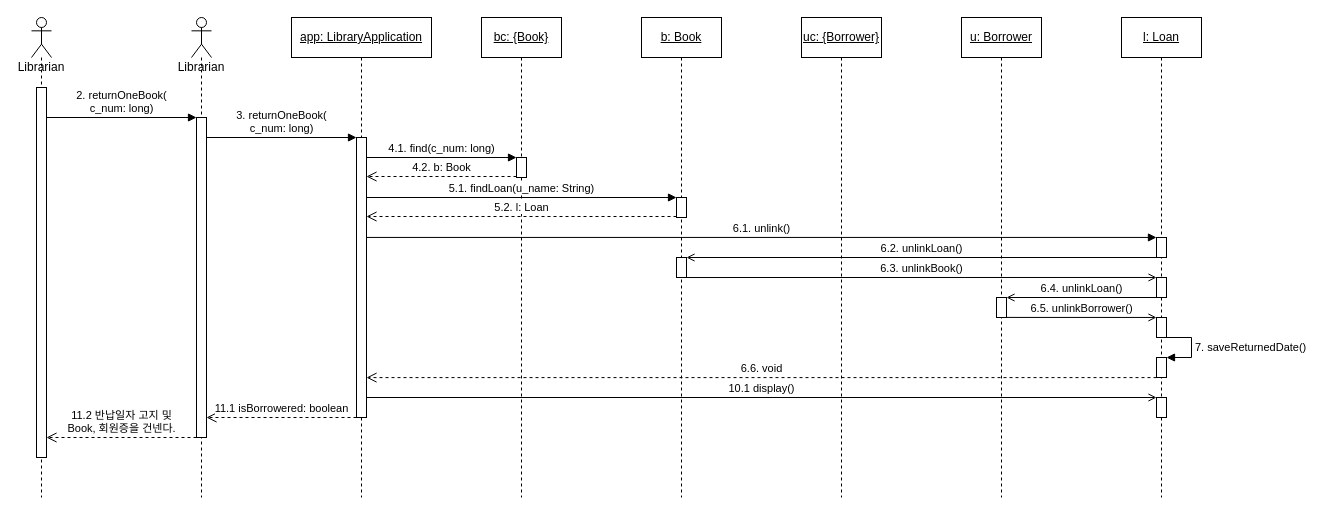
The draw.io diagram UML/SD6 Return one book.drawio in Halozhan/2023-2-LibraryApplication, before the edit. Source tidied: cells renumbered, new cells numbered last; positions are measured from the earlier drawing's top-left corner, leaving out a move shared by most shapes. Both pictures are drawn from the tidied source at 100%, with x=0, y=0 at pixel (31, 17).
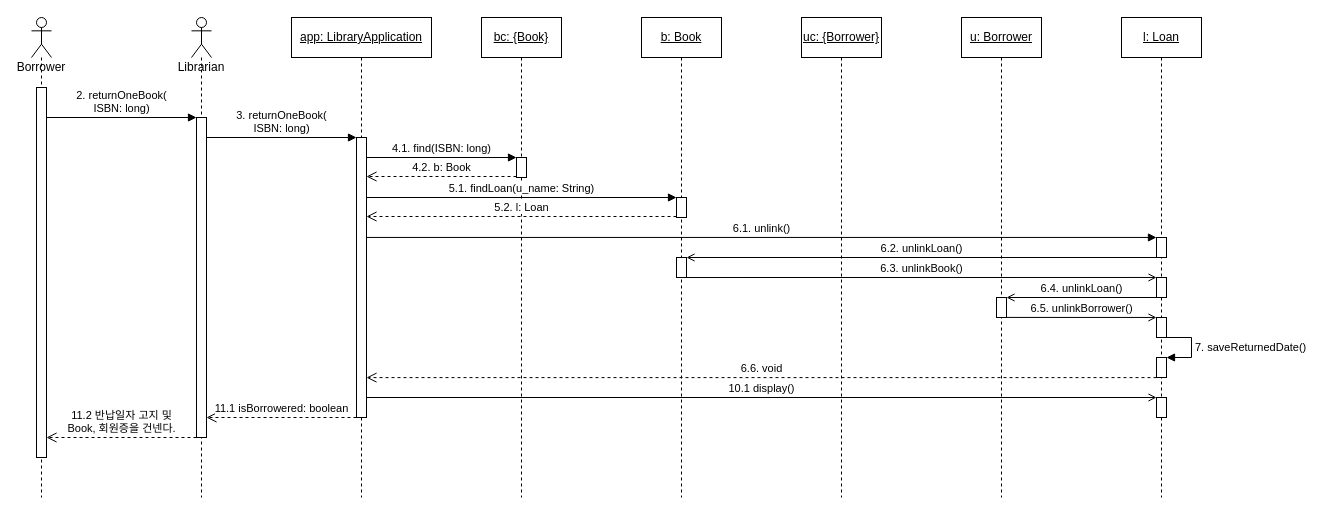
The same diagram, later.

The change refers to these unchanged cells:
```xml
<mxCell id="4" style="html=1;points=[];perimeter=orthogonalPerimeter;" parent="2" vertex="1">
  <mxGeometry x="5" y="100" width="10" height="320" as="geometry" />
</mxCell>
<mxCell id="6" style="html=1;points=[];perimeter=orthogonalPerimeter;" parent="5" vertex="1">
  <mxGeometry x="65" y="120" width="10" height="280" as="geometry" />
</mxCell>
<mxCell id="8" style="html=1;points=[];perimeter=orthogonalPerimeter;" parent="7" vertex="1">
  <mxGeometry x="35" y="140" width="10" height="20" as="geometry" />
</mxCell>
<mxCell id="19" style="html=1;points=[];perimeter=orthogonalPerimeter;" parent="17" vertex="1">
  <mxGeometry x="5" y="70" width="10" height="370" as="geometry" />
</mxCell>
```

What changed in the source:
```diff
@@
-    <mxCell id="15" value="2. returnOneBook(&lt;br&gt;c_num: long)" style="html=1;verticalAlign=bottom;endArrow=block;entryX=0;entryY=0;" parent="1" edge="1" source="19" target="4">
+    <mxCell id="15" value="2. returnOneBook(&lt;br&gt;ISBN: long)" style="html=1;verticalAlign=bottom;endArrow=block;entryX=0;entryY=0;" parent="1" edge="1" source="19" target="4">
       <mxGeometry relative="1" as="geometry" />
     </mxCell>
@@
-    <mxCell id="17" value="Librarian&lt;br&gt;" style="shape=umlLifeline;participant=umlActor;perimeter=lifelinePerimeter;whiteSpace=wrap;html=1;verticalAlign=top;spacingTop=36;outlineConnect=0;" parent="1" vertex="1">
+    <mxCell id="17" value="Borrower" style="shape=umlLifeline;participant=umlActor;perimeter=lifelinePerimeter;whiteSpace=wrap;html=1;verticalAlign=top;spacingTop=36;outlineConnect=0;" parent="1" vertex="1">
       <mxGeometry width="20" height="480" as="geometry" />
     </mxCell>
@@
-    <mxCell id="20" value="3. returnOneBook(&lt;br&gt;c_num: long)" style="html=1;verticalAlign=bottom;endArrow=block;entryX=0;entryY=0;" parent="1" edge="1" source="4" target="6">
+    <mxCell id="20" value="3. returnOneBook(&lt;br&gt;ISBN: long)" style="html=1;verticalAlign=bottom;endArrow=block;entryX=0;entryY=0;" parent="1" edge="1" source="4" target="6">
       <mxGeometry relative="1" as="geometry" />
     </mxCell>
@@
-    <mxCell id="22" value="4.1. find(c_num: long)" style="html=1;verticalAlign=bottom;endArrow=block;entryX=0;entryY=0;" parent="1" edge="1" source="6" target="8">
+    <mxCell id="22" value="4.1. find(ISBN: long)" style="html=1;verticalAlign=bottom;endArrow=block;entryX=0;entryY=0;" parent="1" edge="1" source="6" target="8">
       <mxGeometry relative="1" as="geometry" />
     </mxCell>
```
